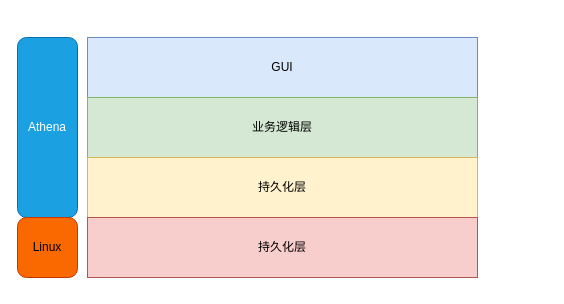
hoho51/collegeManageSys keeps this draw.io diagram as page "第 1 页" (1 of 2) of FMM架构.drawio. Above is the earlier version. Source tidied: cells renumbered, new cells numbered last; positions are measured from the earlier drawing's top-left corner, leaving out a move shared by most shapes. Both pictures are drawn from the tidied source at 100%, with x=0, y=0 at pixel (17, 37).
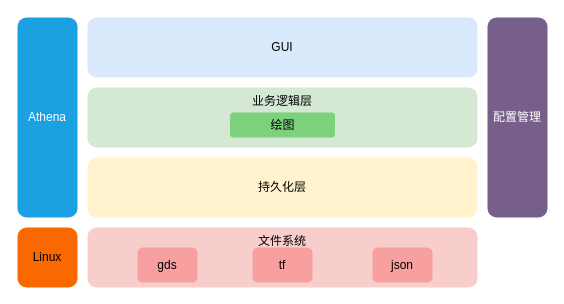
The same page after the edit.

Change to the diagram source:
```diff
@@
 <mxGraphModel>
   <root>
     <mxCell id="0" />
     <mxCell id="1" parent="0" />
-    <mxCell id="2" value="GUI" style="rounded=0;whiteSpace=wrap;html=1;fillColor=#dae8fc;strokeColor=#6c8ebf;" parent="1" vertex="1">
-      <mxGeometry x="70" width="390" height="60" as="geometry" />
+    <mxCell id="2" value="GUI" style="rounded=1;whiteSpace=wrap;html=1;fillColor=#dae8fc;strokeColor=none;" parent="1" vertex="1">
+      <mxGeometry x="70" y="-20" width="390" height="60" as="geometry" />
     </mxCell>
-    <mxCell id="3" value="业务逻辑层" style="rounded=0;whiteSpace=wrap;html=1;fillColor=#d5e8d4;strokeColor=#82b366;" parent="1" vertex="1">
-      <mxGeometry x="70" y="60" width="390" height="60" as="geometry" />
+    <mxCell id="3" value="业务逻辑层" style="rounded=1;whiteSpace=wrap;html=1;fillColor=#d5e8d4;strokeColor=none;verticalAlign=top;" parent="1" vertex="1">
+      <mxGeometry x="70" y="50" width="390" height="60" as="geometry" />
     </mxCell>
-    <mxCell id="4" value="持久化层" style="rounded=0;whiteSpace=wrap;html=1;fillColor=#fff2cc;strokeColor=#d6b656;" parent="1" vertex="1">
+    <mxCell id="4" value="持久化层" style="rounded=1;whiteSpace=wrap;html=1;fillColor=#fff2cc;strokeColor=none;verticalAlign=middle;" parent="1" vertex="1">
       <mxGeometry x="70" y="120" width="390" height="60" as="geometry" />
     </mxCell>
-    <mxCell id="5" value="持久化层" style="rounded=0;whiteSpace=wrap;html=1;fillColor=#f8cecc;strokeColor=#b85450;" parent="1" vertex="1">
-      <mxGeometry x="70" y="180" width="390" height="60" as="geometry" />
+    <mxCell id="5" value="文件系统" style="rounded=1;whiteSpace=wrap;html=1;fillColor=#f8cecc;strokeColor=none;verticalAlign=top;glass=0;shadow=0;" parent="1" vertex="1">
+      <mxGeometry x="70" y="190" width="390" height="60" as="geometry" />
     </mxCell>
-    <mxCell id="6" value="Athena" style="rounded=1;whiteSpace=wrap;html=1;fillColor=#1ba1e2;fontColor=#ffffff;strokeColor=#006EAF;" parent="1" vertex="1">
-      <mxGeometry width="60" height="180" as="geometry" />
+    <mxCell id="6" value="Athena" style="rounded=1;whiteSpace=wrap;html=1;fillColor=#1ba1e2;fontColor=#ffffff;strokeColor=none;" parent="1" vertex="1">
+      <mxGeometry y="-20" width="60" height="200" as="geometry" />
     </mxCell>
-    <mxCell id="7" value="Linux" style="rounded=1;whiteSpace=wrap;html=1;fillColor=#fa6800;fontColor=#000000;strokeColor=#C73500;" parent="1" vertex="1">
-      <mxGeometry y="180" width="60" height="60" as="geometry" />
+    <mxCell id="7" value="Linux" style="rounded=1;whiteSpace=wrap;html=1;fillColor=#fa6800;fontColor=#000000;strokeColor=none;" parent="1" vertex="1">
+      <mxGeometry y="190" width="60" height="60" as="geometry" />
     </mxCell>
+    <mxCell id="8" value="json" style="rounded=1;whiteSpace=wrap;html=1;fillColor=#F89F9F;strokeColor=none;" parent="1" vertex="1">
+      <mxGeometry x="355" y="210" width="60" height="35" as="geometry" />
+    </mxCell>
+    <mxCell id="9" value="tf" style="rounded=1;whiteSpace=wrap;html=1;fillColor=#F89F9F;strokeColor=none;" parent="1" vertex="1">
+      <mxGeometry x="235" y="210" width="60" height="35" as="geometry" />
+    </mxCell>
+    <mxCell id="10" value="gds" style="rounded=1;whiteSpace=wrap;html=1;fillColor=#F89F9F;strokeColor=none;" parent="1" vertex="1">
+      <mxGeometry x="120" y="210" width="60" height="35" as="geometry" />
+    </mxCell>
+    <mxCell id="11" value="配置管理" style="rounded=1;whiteSpace=wrap;html=1;fillColor=#76608a;strokeColor=none;fontColor=#ffffff;" parent="1" vertex="1">
+      <mxGeometry x="470" y="-20" width="60" height="200" as="geometry" />
+    </mxCell>
+    <mxCell id="12" value="绘图" style="rounded=1;whiteSpace=wrap;html=1;fillColor=#7DD17D;strokeColor=none;" parent="1" vertex="1">
+      <mxGeometry x="212.5" y="75" width="105" height="25" as="geometry" />
+    </mxCell>
   </root>
 </mxGraphModel>
```
